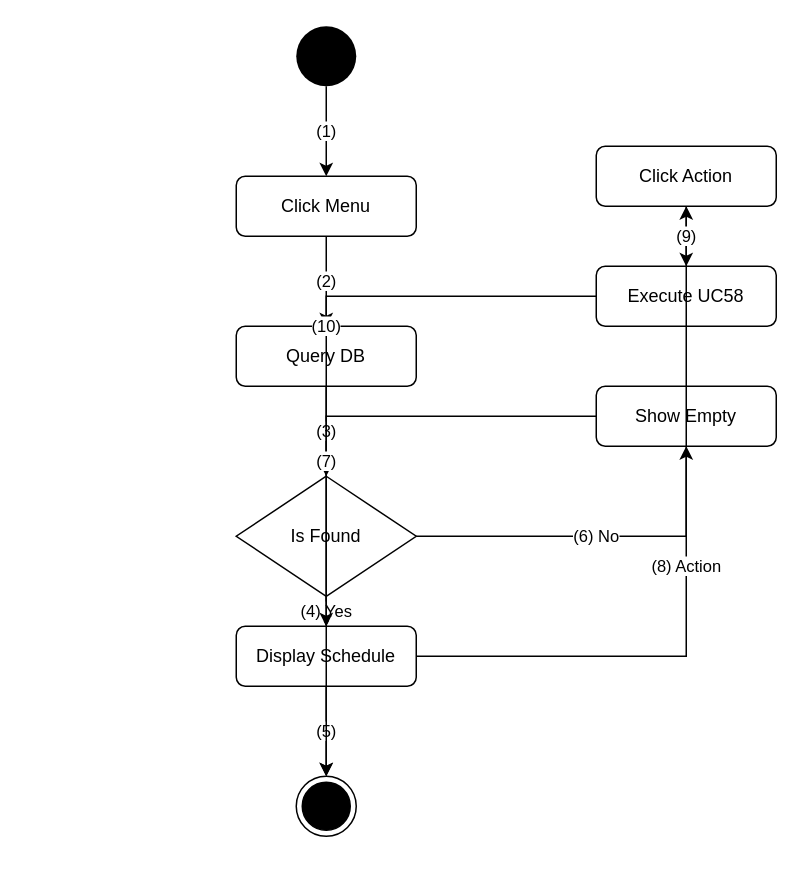
Before: activity_flow/uc57_activity_flow.drawio in kingDlight/UEIMS_Project, a draw.io diagram. Source tidied: cells renumbered, new cells numbered last; positions are measured from the earlier drawing's top-left corner, leaving out a move shared by most shapes. Both pictures are drawn from the tidied source at 150%, with x=0, y=0 at pixel (236, 26).
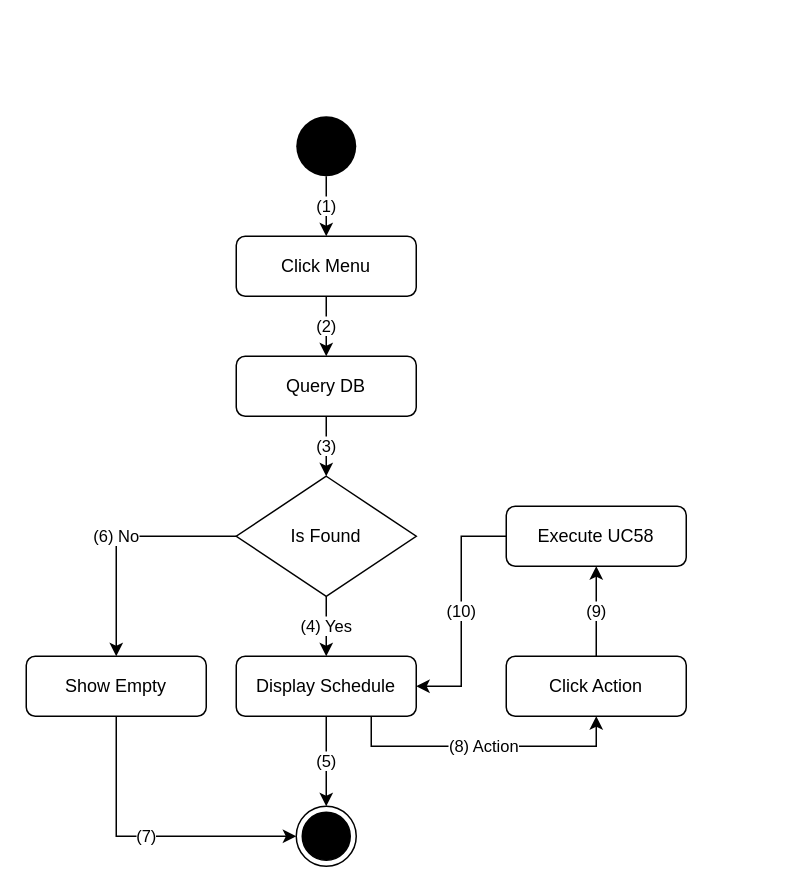
Above is the later version.

Unchanged cells that the change refers to:
```xml
<mxCell id="5" value="Is Found" style="rhombus;whiteSpace=wrap;html=1;" parent="1" vertex="1">
  <mxGeometry y="300" width="120" height="80" as="geometry" />
</mxCell>
```

Change to the diagram source:
```diff
@@
     <mxCell id="2" style="ellipse;whiteSpace=wrap;html=1;fillColor=#000000;strokeColor=none;" parent="1" vertex="1">
-      <mxGeometry x="40" width="40" height="40" as="geometry" />
+      <mxGeometry x="40" y="60" width="40" height="40" as="geometry" />
     </mxCell>
     <mxCell id="3" value="Click Menu" style="rounded=1;whiteSpace=wrap;html=1;" parent="1" vertex="1">
-      <mxGeometry y="100" width="120" height="40" as="geometry" />
+      <mxGeometry y="140" width="120" height="40" as="geometry" />
     </mxCell>
     <mxCell id="4" value="Query DB" style="rounded=1;whiteSpace=wrap;html=1;" parent="1" vertex="1">
-      <mxGeometry y="200" width="120" height="40" as="geometry" />
+      <mxGeometry y="220" width="120" height="40" as="geometry" />
     </mxCell>
@@
     <mxCell id="6" value="Display Schedule" style="rounded=1;whiteSpace=wrap;html=1;" parent="1" vertex="1">
-      <mxGeometry y="400" width="120" height="40" as="geometry" />
+      <mxGeometry y="420" width="120" height="40" as="geometry" />
     </mxCell>
     <mxCell id="7" style="ellipse;html=1;shape=endState;fillColor=#000000;strokeColor=#000000;" parent="1" vertex="1">
-      <mxGeometry x="40" y="500" width="40" height="40" as="geometry" />
+      <mxGeometry x="40" y="520" width="40" height="40" as="geometry" />
     </mxCell>
     <mxCell id="8" value="Click Action" style="rounded=1;whiteSpace=wrap;html=1;" parent="1" vertex="1">
-      <mxGeometry x="240" y="80" width="120" height="40" as="geometry" />
+      <mxGeometry x="180" y="420" width="120" height="40" as="geometry" />
     </mxCell>
     <mxCell id="9" value="Execute UC58" style="rounded=1;whiteSpace=wrap;html=1;" parent="1" vertex="1">
-      <mxGeometry x="240" y="160" width="120" height="40" as="geometry" />
+      <mxGeometry x="180" y="320" width="120" height="40" as="geometry" />
     </mxCell>
     <mxCell id="10" value="Show Empty" style="rounded=1;whiteSpace=wrap;html=1;" parent="1" vertex="1">
-      <mxGeometry x="240" y="240" width="120" height="40" as="geometry" />
+      <mxGeometry x="-140" y="420" width="120" height="40" as="geometry" />
     </mxCell>
@@
-    <mxCell id="16" value="(8) Action" style="edgeStyle=orthogonalEdgeStyle;rounded=0;html=1;exitX=1;exitY=0.5;entryX=0.5;entryY=1;" parent="1" edge="1" source="6" target="8">
-      <mxGeometry relative="1" as="geometry" />
+    <mxCell id="16" value="(8) Action" style="edgeStyle=orthogonalEdgeStyle;rounded=0;html=1;exitX=0.75;exitY=1;entryX=0.5;entryY=1;exitDx=0;exitDy=0;" parent="1" edge="1" source="6" target="8">
+      <mxGeometry relative="1" as="geometry">
+        <Array as="points">
+          <mxPoint x="90" y="480" />
+          <mxPoint x="240" y="480" />
+        </Array>
+      </mxGeometry>
     </mxCell>
-    <mxCell id="17" value="(9)" style="edgeStyle=orthogonalEdgeStyle;rounded=0;html=1;exitX=0.5;exitY=1;entryX=0.5;entryY=0;" parent="1" edge="1" source="8" target="9">
+    <mxCell id="17" value="(9)" style="edgeStyle=orthogonalEdgeStyle;rounded=0;html=1;exitX=0.5;exitY=0;entryX=0.5;entryY=1;exitDx=0;exitDy=0;entryDx=0;entryDy=0;" parent="1" edge="1" source="8" target="9">
       <mxGeometry relative="1" as="geometry" />
     </mxCell>
-    <mxCell id="18" value="(10)" style="edgeStyle=orthogonalEdgeStyle;rounded=0;html=1;exitX=0;exitY=0.5;entryX=0.5;entryY=0;" parent="1" edge="1" source="9" target="6">
+    <mxCell id="18" value="(10)" style="edgeStyle=orthogonalEdgeStyle;rounded=0;html=1;exitX=0;exitY=0.5;entryX=1;entryY=0.5;entryDx=0;entryDy=0;" parent="1" edge="1" source="9" target="6">
       <mxGeometry relative="1" as="geometry" />
     </mxCell>
-    <mxCell id="19" value="(6) No" style="edgeStyle=orthogonalEdgeStyle;rounded=0;html=1;exitX=1;exitY=0.5;entryX=0.5;entryY=1;" parent="1" edge="1" source="5" target="10">
+    <mxCell id="19" value="(6) No" style="edgeStyle=orthogonalEdgeStyle;rounded=0;html=1;exitX=0;exitY=0.5;entryX=0.5;entryY=0;exitDx=0;exitDy=0;entryDx=0;entryDy=0;" parent="1" edge="1" source="5" target="10">
       <mxGeometry relative="1" as="geometry" />
     </mxCell>
-    <mxCell id="20" value="(7)" style="edgeStyle=orthogonalEdgeStyle;rounded=0;html=1;exitX=0;exitY=0.5;entryX=0.5;entryY=0;" parent="1" edge="1" source="10" target="7">
+    <mxCell id="20" value="(7)" style="edgeStyle=orthogonalEdgeStyle;rounded=0;html=1;exitX=0.5;exitY=1;entryX=0;entryY=0.5;entryDx=0;entryDy=0;exitDx=0;exitDy=0;" parent="1" edge="1" source="10" target="7">
       <mxGeometry relative="1" as="geometry" />
     </mxCell>
```
